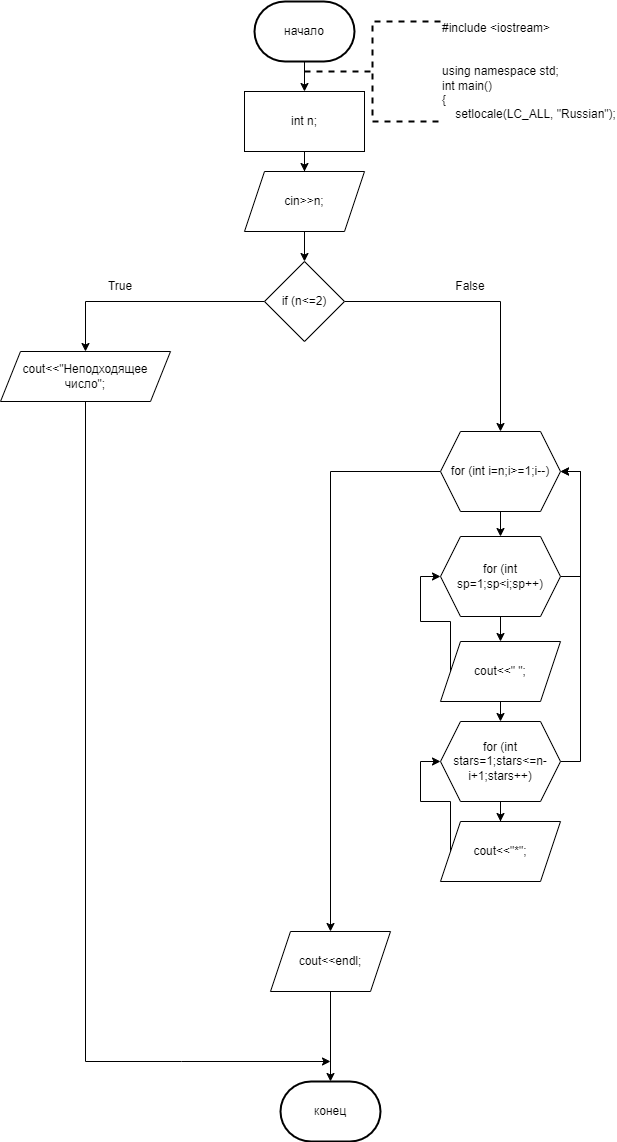
Above: 2_5.drawio.png in ksinph/PSTU_LABS_2023 (draw.io), before the change. Source tidied: cells renumbered, new cells last; positions are measured from the earlier drawing's top-left corner, leaving out a move shared by most shapes.
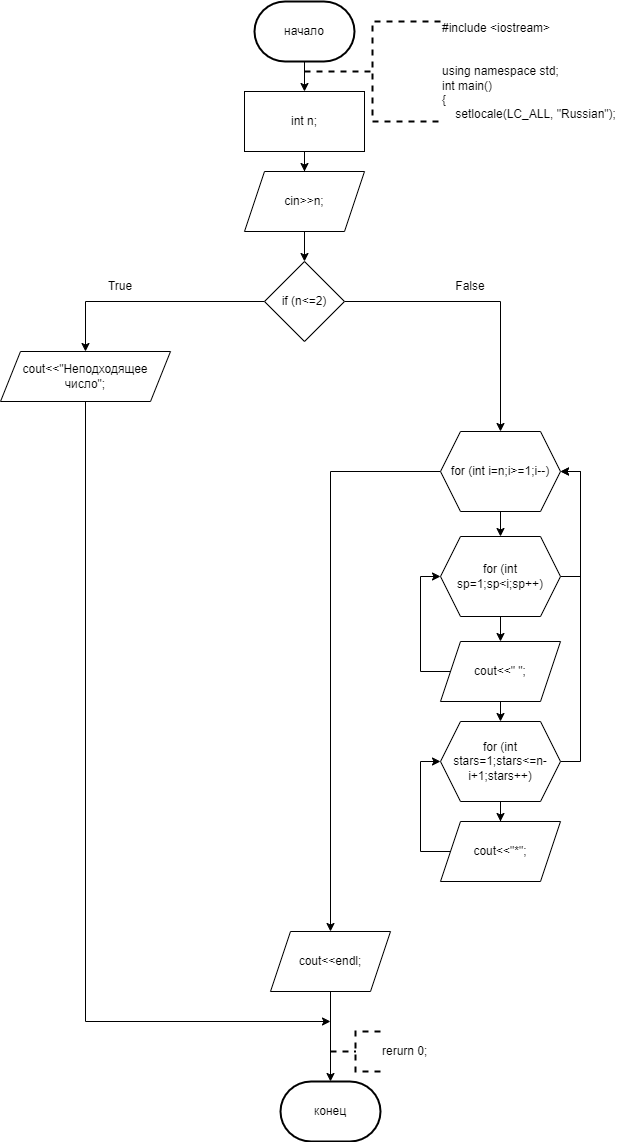
After the change.

The edit, as a diff of the source:
```diff
@@ -31,10 +31,10 @@
     </mxCell>
     <mxCell id="11" style="edgeStyle=orthogonalEdgeStyle;rounded=0;jettySize=auto;html=1;exitX=0.5;exitY=1;exitDx=0;exitDy=0;" parent="1" edge="1" source="12">
       <mxGeometry relative="1" as="geometry">
-        <mxPoint x="330" y="1060" as="targetPoint" />
+        <mxPoint x="330" y="1020" as="targetPoint" />
         <Array as="points">
-          <mxPoint x="85" y="1060" />
-          <mxPoint x="181" y="1060" />
+          <mxPoint x="85" y="1020" />
+          <mxPoint x="330" y="1020" />
         </Array>
       </mxGeometry>
     </mxCell>
@@ -71,7 +71,12 @@
       </mxGeometry>
     </mxCell>
     <mxCell id="22" style="edgeStyle=orthogonalEdgeStyle;rounded=0;jettySize=auto;html=1;exitX=0;exitY=0.5;exitDx=0;exitDy=0;entryX=0;entryY=0.5;entryDx=0;entryDy=0;" parent="1" edge="1" source="23" target="20">
-      <mxGeometry relative="1" as="geometry" />
+      <mxGeometry relative="1" as="geometry">
+        <Array as="points">
+          <mxPoint x="420" y="670" />
+          <mxPoint x="420" y="575" />
+        </Array>
+      </mxGeometry>
     </mxCell>
     <mxCell id="23" value="cout&amp;lt;&amp;lt;&quot; &quot;;" style="shape=parallelogram;perimeter=parallelogramPerimeter;whiteSpace=wrap;html=1;fixedSize=1;" parent="1" vertex="1">
       <mxGeometry x="440" y="640" width="120" height="60" as="geometry" />
@@ -86,7 +91,12 @@
       <mxGeometry x="440" y="720" width="120" height="80" as="geometry" />
     </mxCell>
     <mxCell id="27" style="edgeStyle=orthogonalEdgeStyle;rounded=0;jettySize=auto;html=1;exitX=0;exitY=0.5;exitDx=0;exitDy=0;entryX=0;entryY=0.5;entryDx=0;entryDy=0;" parent="1" edge="1" source="28" target="26">
-      <mxGeometry relative="1" as="geometry" />
+      <mxGeometry relative="1" as="geometry">
+        <Array as="points">
+          <mxPoint x="420" y="850" />
+          <mxPoint x="420" y="760" />
+        </Array>
+      </mxGeometry>
     </mxCell>
     <mxCell id="28" value="cout&amp;lt;&amp;lt;&quot;*&quot;;" style="shape=parallelogram;perimeter=parallelogramPerimeter;whiteSpace=wrap;html=1;fixedSize=1;" parent="1" vertex="1">
       <mxGeometry x="440" y="820" width="120" height="60" as="geometry" />
@@ -103,5 +113,8 @@
     <mxCell id="32" value="&lt;div&gt;#include &amp;lt;iostream&amp;gt;&lt;/div&gt;&lt;div&gt;&lt;br&gt;&lt;/div&gt;&lt;div&gt;&lt;br&gt;&lt;/div&gt;&lt;div&gt;using namespace std;&lt;/div&gt;&lt;div&gt;int main()&lt;/div&gt;&lt;div&gt;{&lt;/div&gt;&lt;div&gt;&amp;nbsp; &amp;nbsp; setlocale(LC_ALL, &quot;Russian&quot;);&lt;/div&gt;" style="strokeWidth=2;html=1;shape=mxgraph.flowchart.annotation_2;align=left;labelPosition=right;dashed=1;" parent="1" vertex="1">
       <mxGeometry x="304" y="20" width="136" height="100" as="geometry" />
     </mxCell>
+    <mxCell id="33" value="rerurn 0;" style="strokeWidth=2;html=1;shape=mxgraph.flowchart.annotation_2;align=left;labelPosition=right;dashed=1;" parent="1" vertex="1">
+      <mxGeometry x="330" y="1030" width="50" height="40" as="geometry" />
+    </mxCell>
   </root>
 </mxGraphModel>
```
